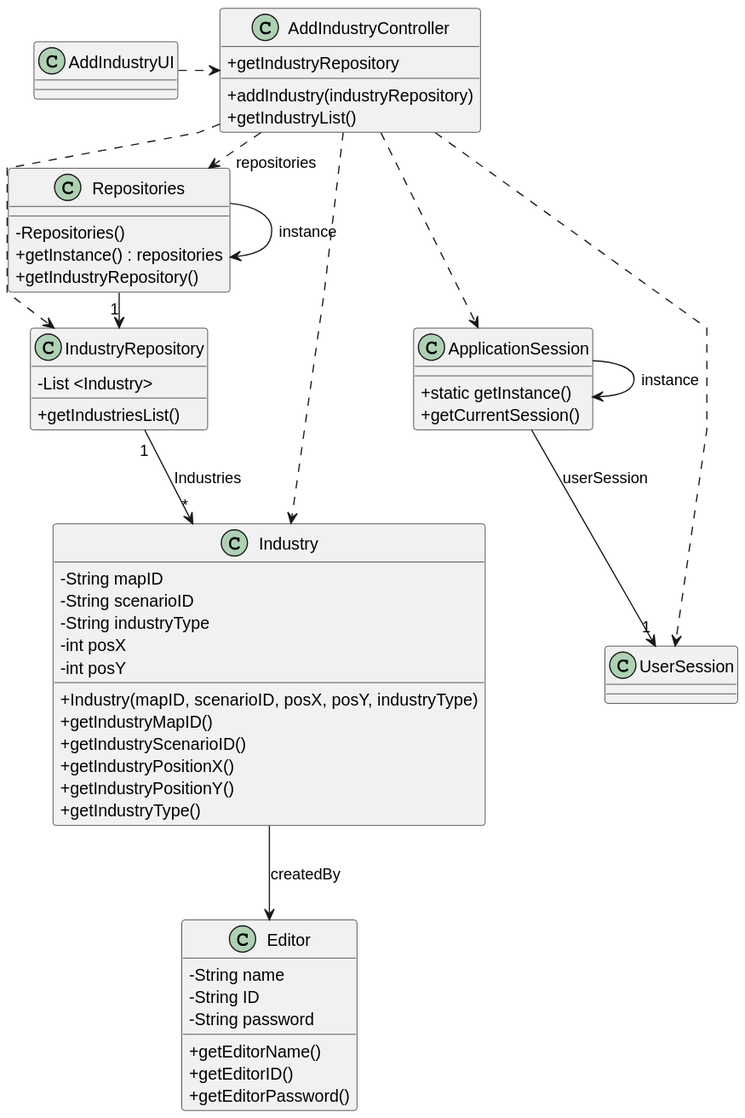
ivasduarte/all-aboard keeps this PlantUML diagram as docs/sprint3/us002/03.design/svg/us002-class-diagram.svg. Above is the earlier version.
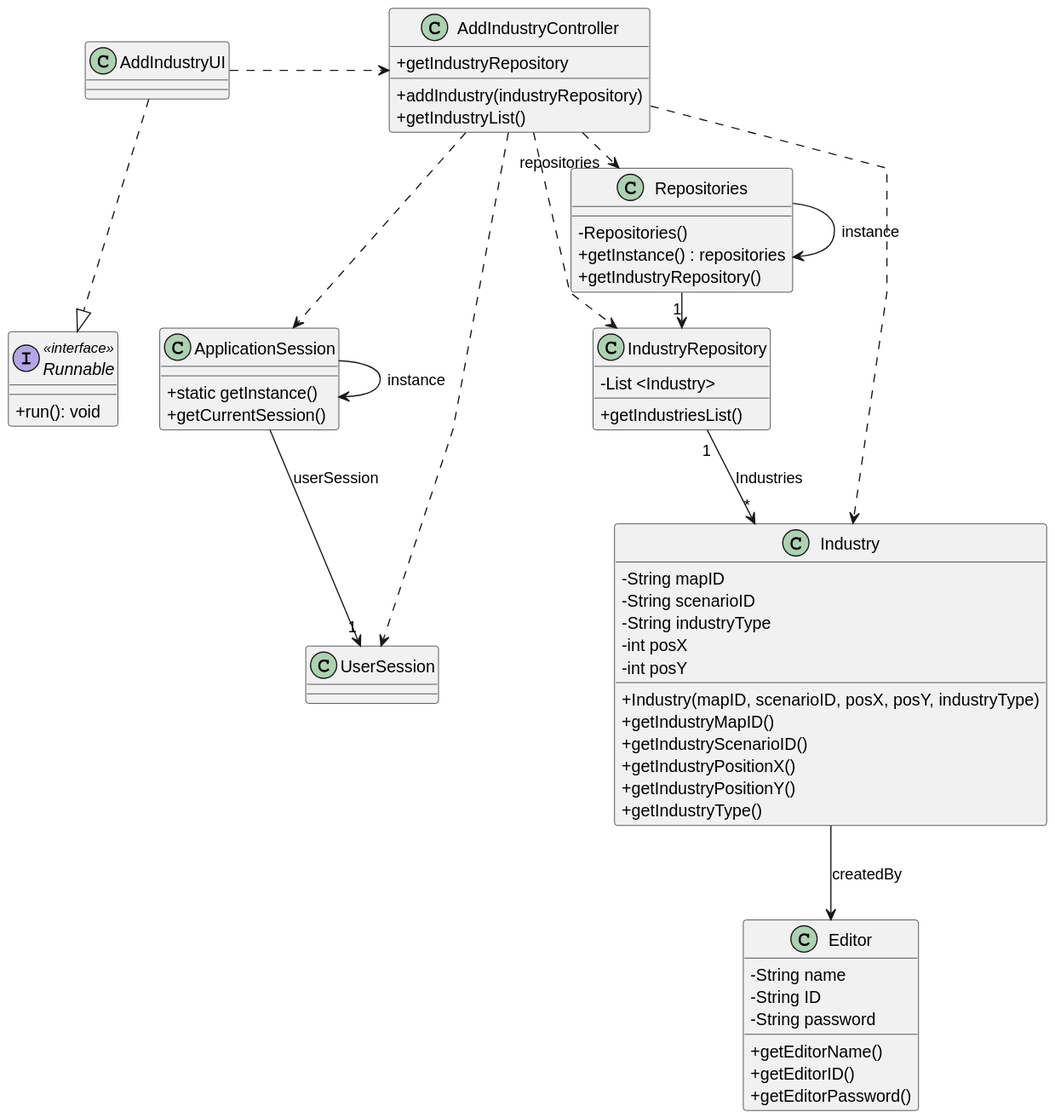
After the change.

Commit message:
US02(docs): updated class diagram

What changed in the source:
```diff
@@ -56,9 +56,14 @@
     + getIndustriesList()
 }
 
+interface Runnable <<interface>>{
+    +run(): void
+}
+
 Repositories -> Repositories : instance
 ApplicationSession -> ApplicationSession : instance
 
+AddIndustryUI ..|> Runnable
 AddIndustryUI .> AddIndustryController
 
 AddIndustryController .> Repositories : repositories
```
